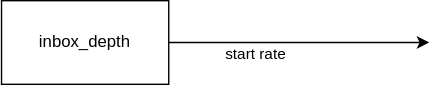
The draw.io diagram diagram2.svg in gjaimeosorio/compulab_test, before a commit. Source tidied: cells renumbered, new cells last; positions are measured from the earlier drawing's top-left corner, leaving out a move shared by most shapes.
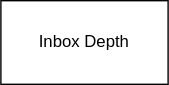
The same file after the commit.

The edit, as a diff of the source:
```diff
@@ -2,18 +2,8 @@
   <root>
     <mxCell id="0" />
     <mxCell id="1" parent="0" />
-    <mxCell id="2" value="inbox_depth" style="rounded=0;whiteSpace=wrap;html=1;" parent="1" vertex="1">
+    <mxCell id="2" value="Inbox Depth" style="rounded=0;whiteSpace=wrap;html=1;" parent="1" vertex="1">
       <mxGeometry width="120" height="60" as="geometry" />
     </mxCell>
-    <mxCell id="3" style="endArrow=classic;html=1;rounded=0;exitX=1;exitY=0.5;exitDx=0;exitDy=0;entryX=0;entryY=0.5;entryDx=0;entryDy=0;" parent="1" edge="1" source="2">
-      <mxGeometry relative="1" as="geometry">
-        <mxPoint x="307" y="30" as="targetPoint" />
-      </mxGeometry>
-    </mxCell>
-    <mxCell id="4" value="start rate" style="edgeLabel;html=1;align=left;verticalAlign=middle;labelBackgroundColor=none;" parent="3" vertex="1">
-      <mxGeometry x="0.06" y="-2" relative="1" as="geometry">
-        <mxPoint x="-60" y="5" as="offset" />
-      </mxGeometry>
-    </mxCell>
   </root>
 </mxGraphModel>
```
